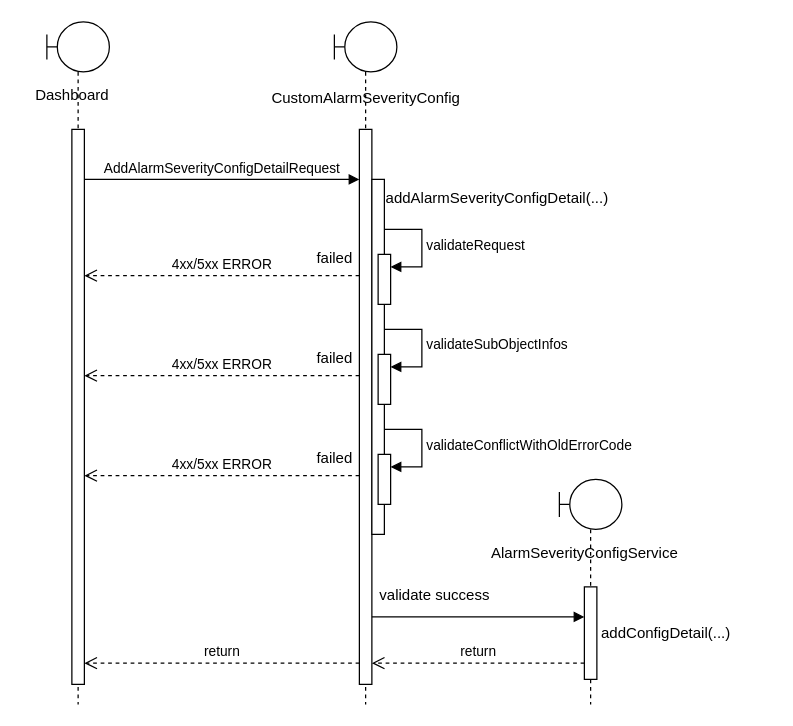
Earlier version of the draw.io diagram page "Thêm cấu hình" (3 of 5) of change_alarm_severity.drawio (hiep1097/drawio). Source tidied: cells renumbered, new cells numbered last; positions are measured from the earlier drawing's top-left corner, leaving out a move shared by most shapes. Both pictures are drawn from the tidied source at 125%, with x=0, y=0 at pixel (21, 21).
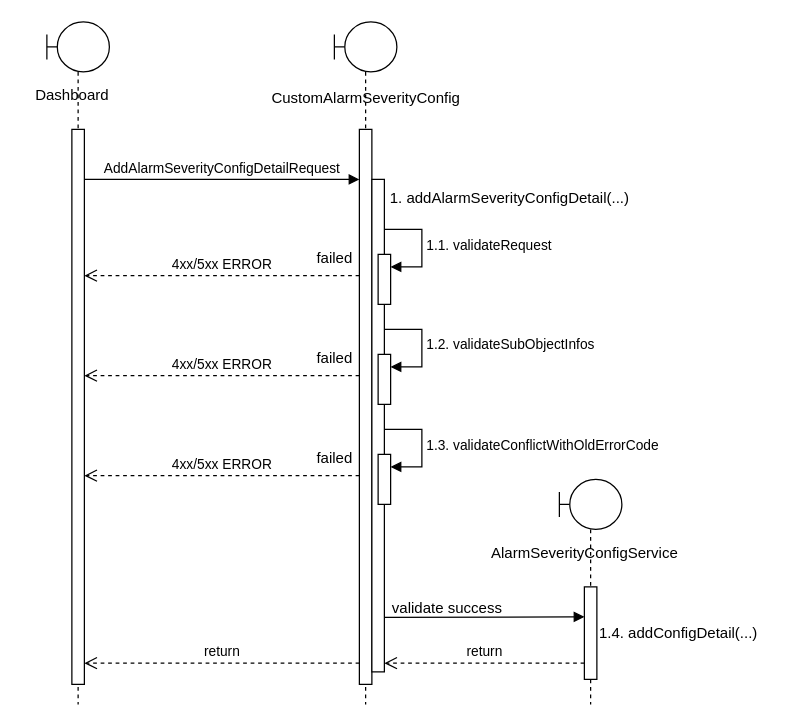
After the change.

Unchanged cells that the change refers to:
```xml
<mxCell id="2" style="shape=umlLifeline;perimeter=lifelinePerimeter;whiteSpace=wrap;html=1;newEdgeStyle={&quot;edgeStyle&quot;:&quot;elbowEdgeStyle&quot;,&quot;elbow&quot;:&quot;vertical&quot;,&quot;curved&quot;:0,&quot;rounded&quot;:0};participant=umlBoundary;" parent="1" vertex="1">
  <mxGeometry x="250" width="50" height="546" as="geometry" />
</mxCell>
<mxCell id="3" style="html=1;points=[];perimeter=orthogonalPerimeter;outlineConnect=0;targetShapes=umlLifeline;portConstraint=eastwest;newEdgeStyle={&quot;edgeStyle&quot;:&quot;elbowEdgeStyle&quot;,&quot;elbow&quot;:&quot;vertical&quot;,&quot;curved&quot;:0,&quot;rounded&quot;:0};" parent="2" vertex="1">
  <mxGeometry x="20" y="86" width="10" height="444" as="geometry" />
</mxCell>
<mxCell id="12" style="html=1;points=[];perimeter=orthogonalPerimeter;outlineConnect=0;targetShapes=umlLifeline;portConstraint=eastwest;newEdgeStyle={&quot;edgeStyle&quot;:&quot;elbowEdgeStyle&quot;,&quot;elbow&quot;:&quot;vertical&quot;,&quot;curved&quot;:0,&quot;rounded&quot;:0};" parent="1" vertex="1">
  <mxGeometry x="285" y="186" width="10" height="40" as="geometry" />
</mxCell>
<mxCell id="14" style="html=1;points=[];perimeter=orthogonalPerimeter;outlineConnect=0;targetShapes=umlLifeline;portConstraint=eastwest;newEdgeStyle={&quot;edgeStyle&quot;:&quot;elbowEdgeStyle&quot;,&quot;elbow&quot;:&quot;vertical&quot;,&quot;curved&quot;:0,&quot;rounded&quot;:0};" parent="1" vertex="1">
  <mxGeometry x="285" y="266" width="10" height="40" as="geometry" />
</mxCell>
<mxCell id="16" style="html=1;points=[];perimeter=orthogonalPerimeter;outlineConnect=0;targetShapes=umlLifeline;portConstraint=eastwest;newEdgeStyle={&quot;edgeStyle&quot;:&quot;elbowEdgeStyle&quot;,&quot;elbow&quot;:&quot;vertical&quot;,&quot;curved&quot;:0,&quot;rounded&quot;:0};" parent="1" vertex="1">
  <mxGeometry x="285" y="346" width="10" height="40" as="geometry" />
</mxCell>
<mxCell id="19" style="html=1;points=[];perimeter=orthogonalPerimeter;outlineConnect=0;targetShapes=umlLifeline;portConstraint=eastwest;newEdgeStyle={&quot;edgeStyle&quot;:&quot;elbowEdgeStyle&quot;,&quot;elbow&quot;:&quot;vertical&quot;,&quot;curved&quot;:0,&quot;rounded&quot;:0};" parent="18" vertex="1">
  <mxGeometry x="20" y="86" width="10" height="74" as="geometry" />
</mxCell>
```

Diff of the diagram source:
```diff
@@
     <mxCell id="4" style="html=1;points=[];perimeter=orthogonalPerimeter;outlineConnect=0;targetShapes=umlLifeline;portConstraint=eastwest;newEdgeStyle={&quot;edgeStyle&quot;:&quot;elbowEdgeStyle&quot;,&quot;elbow&quot;:&quot;vertical&quot;,&quot;curved&quot;:0,&quot;rounded&quot;:0};" parent="2" vertex="1">
-      <mxGeometry x="30" y="126" width="10" height="284" as="geometry" />
+      <mxGeometry x="30" y="126" width="10" height="394" as="geometry" />
     </mxCell>
@@
-    <mxCell id="10" value="addAlarmSeverityConfigDetail(...)" style="text;html=1;align=center;verticalAlign=middle;strokeColor=none;fillColor=none;" parent="1" vertex="1">
-      <mxGeometry x="280" y="126" width="200" height="30" as="geometry" />
+    <mxCell id="10" value="1. addAlarmSeverityConfigDetail(...)" style="text;html=1;align=center;verticalAlign=middle;strokeColor=none;fillColor=none;" parent="1" vertex="1">
+      <mxGeometry x="285" y="126" width="210" height="30" as="geometry" />
     </mxCell>
@@
-    <mxCell id="13" value="validateRequest" style="html=1;align=left;spacingLeft=2;endArrow=block;rounded=0;edgeStyle=orthogonalEdgeStyle;curved=0;rounded=0;" parent="1" edge="1" target="12">
+    <mxCell id="13" value="1.1. validateRequest" style="html=1;align=left;spacingLeft=2;endArrow=block;rounded=0;edgeStyle=orthogonalEdgeStyle;curved=0;rounded=0;" parent="1" edge="1" target="12">
       <mxGeometry relative="1" as="geometry">
         <mxPoint x="290" y="166" as="sourcePoint" />
         <Array as="points">
           <mxPoint x="320" y="196" />
         </Array>
       </mxGeometry>
     </mxCell>
@@
-    <mxCell id="15" value="validateSubObjectInfos" style="html=1;align=left;spacingLeft=2;endArrow=block;rounded=0;edgeStyle=orthogonalEdgeStyle;curved=0;rounded=0;" parent="1" edge="1" target="14">
+    <mxCell id="15" value="1.2. validateSubObjectInfos" style="html=1;align=left;spacingLeft=2;endArrow=block;rounded=0;edgeStyle=orthogonalEdgeStyle;curved=0;rounded=0;" parent="1" edge="1" target="14">
       <mxGeometry x="-0.01" relative="1" as="geometry">
         <mxPoint x="290" y="246" as="sourcePoint" />
         <Array as="points">
           <mxPoint x="320" y="276" />
         </Array>
       </mxGeometry>
     </mxCell>
@@
-    <mxCell id="17" value="validateConflictWithOldErrorCode" style="html=1;align=left;spacingLeft=2;endArrow=block;rounded=0;edgeStyle=orthogonalEdgeStyle;curved=0;rounded=0;" parent="1" edge="1" target="16">
+    <mxCell id="17" value="1.3. validateConflictWithOldErrorCode" style="html=1;align=left;spacingLeft=2;endArrow=block;rounded=0;edgeStyle=orthogonalEdgeStyle;curved=0;rounded=0;" parent="1" edge="1" target="16">
       <mxGeometry relative="1" as="geometry">
         <mxPoint x="290" y="326" as="sourcePoint" />
         <Array as="points">
           <mxPoint x="320" y="356" />
         </Array>
       </mxGeometry>
     </mxCell>
@@
-    <mxCell id="21" style="html=1;verticalAlign=bottom;endArrow=block;edgeStyle=elbowEdgeStyle;elbow=vertical;curved=0;rounded=0;" parent="1" edge="1" target="19">
+    <mxCell id="21" style="html=1;verticalAlign=bottom;endArrow=block;edgeStyle=elbowEdgeStyle;elbow=vertical;curved=0;rounded=0;" parent="1" edge="1">
       <mxGeometry relative="1" as="geometry">
-        <mxPoint x="280" y="476" as="sourcePoint" />
+        <mxPoint x="290" y="476.3" as="sourcePoint" />
+        <mxPoint x="450" y="476.3" as="targetPoint" />
       </mxGeometry>
     </mxCell>
-    <mxCell id="22" value="addConfigDetail(...)" style="text;html=1;align=center;verticalAlign=middle;strokeColor=none;fillColor=none;" parent="1" vertex="1">
-      <mxGeometry x="450" y="474" width="130" height="30" as="geometry" />
+    <mxCell id="22" value="1.4. addConfigDetail(...)" style="text;html=1;align=center;verticalAlign=middle;strokeColor=none;fillColor=none;" parent="1" vertex="1">
+      <mxGeometry x="450" y="474" width="150" height="30" as="geometry" />
     </mxCell>
-    <mxCell id="23" value="return" style="html=1;verticalAlign=bottom;endArrow=open;dashed=1;endSize=8;edgeStyle=elbowEdgeStyle;elbow=vertical;curved=0;rounded=0;" parent="1" edge="1" target="3">
+    <mxCell id="23" value="return" style="html=1;verticalAlign=bottom;endArrow=open;dashed=1;endSize=8;edgeStyle=elbowEdgeStyle;elbow=vertical;curved=0;rounded=0;" parent="1" edge="1" target="4">
       <mxGeometry relative="1" as="geometry">
         <mxPoint x="450" y="513" as="sourcePoint" />
       </mxGeometry>
     </mxCell>
@@
     <mxCell id="30" value="validate success" style="text;html=1;align=center;verticalAlign=middle;strokeColor=none;fillColor=none;" parent="1" vertex="1">
-      <mxGeometry x="275" y="444" width="110" height="30" as="geometry" />
+      <mxGeometry x="285" y="454" width="110" height="30" as="geometry" />
     </mxCell>
```
